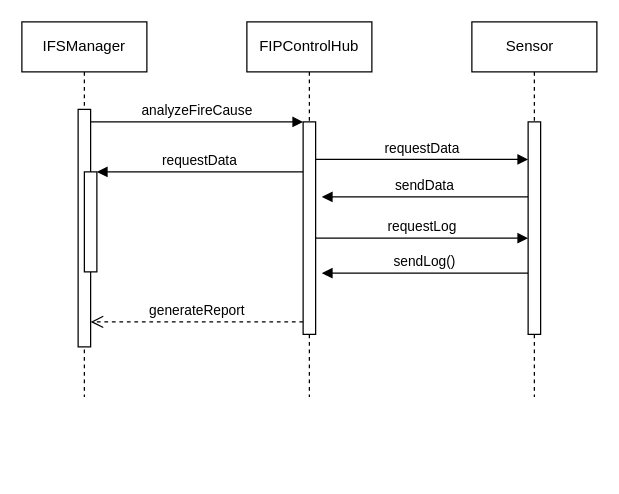
demosRun/INFO6030 keeps this draw.io diagram as ass2/未命名绘图.drawio. Above is the earlier version. Source tidied: cells renumbered, new cells numbered last; positions are measured from the earlier drawing's top-left corner, leaving out a move shared by most shapes. Both pictures are drawn from the tidied source at 125%, with x=0, y=0 at pixel (21, 21).
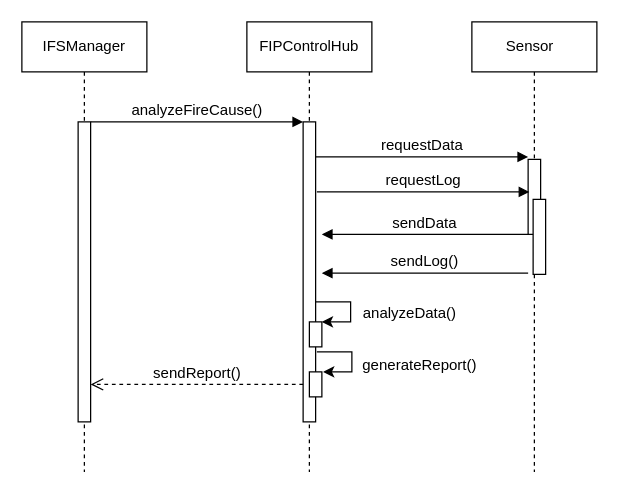
After the change.

Commit message:
更新未命名绘图.drawio

The edit, as a diff of the source:
```diff
@@
     <mxCell id="2" value="IFSManager" style="shape=umlLifeline;perimeter=lifelinePerimeter;whiteSpace=wrap;html=1;newEdgeStyle={&quot;edgeStyle&quot;:&quot;elbowEdgeStyle&quot;,&quot;elbow&quot;:&quot;vertical&quot;,&quot;curved&quot;:0,&quot;rounded&quot;:0};" parent="1" vertex="1">
-      <mxGeometry width="100" height="300" as="geometry" />
+      <mxGeometry width="100" height="360" as="geometry" />
     </mxCell>
     <mxCell id="3" style="html=1;points=[];perimeter=orthogonalPerimeter;outlineConnect=0;targetShapes=umlLifeline;portConstraint=eastwest;newEdgeStyle={&quot;edgeStyle&quot;:&quot;elbowEdgeStyle&quot;,&quot;elbow&quot;:&quot;vertical&quot;,&quot;curved&quot;:0,&quot;rounded&quot;:0};" parent="2" vertex="1">
-      <mxGeometry x="45" y="70" width="10" height="190" as="geometry" />
+      <mxGeometry x="45" y="80" width="10" height="240" as="geometry" />
     </mxCell>
-    <mxCell id="4" style="html=1;points=[];perimeter=orthogonalPerimeter;outlineConnect=0;targetShapes=umlLifeline;portConstraint=eastwest;newEdgeStyle={&quot;edgeStyle&quot;:&quot;elbowEdgeStyle&quot;,&quot;elbow&quot;:&quot;vertical&quot;,&quot;curved&quot;:0,&quot;rounded&quot;:0};" parent="2" vertex="1">
-      <mxGeometry x="50" y="120" width="10" height="80" as="geometry" />
-    </mxCell>
     <mxCell id="5" value="FIPControlHub " style="shape=umlLifeline;perimeter=lifelinePerimeter;whiteSpace=wrap;html=1;newEdgeStyle={&quot;edgeStyle&quot;:&quot;elbowEdgeStyle&quot;,&quot;elbow&quot;:&quot;vertical&quot;,&quot;curved&quot;:0,&quot;rounded&quot;:0};" parent="1" vertex="1">
-      <mxGeometry x="180" width="100" height="300" as="geometry" />
+      <mxGeometry x="180" width="100" height="360" as="geometry" />
     </mxCell>
+    <mxCell id="16" style="edgeStyle=orthogonalEdgeStyle;rounded=0;jettySize=auto;html=1;elbow=vertical;" parent="5" edge="1" target="17">
+      <mxGeometry relative="1" as="geometry">
+        <mxPoint x="55" y="224" as="sourcePoint" />
+        <Array as="points">
+          <mxPoint x="83" y="224" />
+          <mxPoint x="83" y="240" />
+        </Array>
+      </mxGeometry>
+    </mxCell>
     <mxCell id="6" style="html=1;points=[];perimeter=orthogonalPerimeter;outlineConnect=0;targetShapes=umlLifeline;portConstraint=eastwest;newEdgeStyle={&quot;edgeStyle&quot;:&quot;elbowEdgeStyle&quot;,&quot;elbow&quot;:&quot;vertical&quot;,&quot;curved&quot;:0,&quot;rounded&quot;:0};" parent="5" vertex="1">
-      <mxGeometry x="45" y="80" width="10" height="170" as="geometry" />
+      <mxGeometry x="45" y="80" width="10" height="240" as="geometry" />
     </mxCell>
+    <mxCell id="17" style="html=1;points=[];perimeter=orthogonalPerimeter;outlineConnect=0;targetShapes=umlLifeline;portConstraint=eastwest;newEdgeStyle={&quot;edgeStyle&quot;:&quot;elbowEdgeStyle&quot;,&quot;elbow&quot;:&quot;vertical&quot;,&quot;curved&quot;:0,&quot;rounded&quot;:0};" parent="5" vertex="1">
+      <mxGeometry x="50" y="240" width="10" height="20" as="geometry" />
+    </mxCell>
+    <mxCell id="18" style="html=1;perimeter=orthogonalPerimeter;targetShapes=umlLifeline;newEdgeStyle={&quot;edgeStyle&quot;:&quot;elbowEdgeStyle&quot;,&quot;elbow&quot;:&quot;vertical&quot;,&quot;curved&quot;:0,&quot;rounded&quot;:0};" parent="5" vertex="1">
+      <mxGeometry x="50" y="280" width="10" height="20" as="geometry" />
+    </mxCell>
-    <mxCell id="7" value="analyzeFireCause" style="html=1;verticalAlign=bottom;endArrow=block;edgeStyle=elbowEdgeStyle;elbow=vertical;curved=0;rounded=0;" parent="1" edge="1" source="3" target="6">
+    <mxCell id="7" value="&lt;font style=&quot;font-size: 12px;&quot;&gt;analyzeFireCause()&lt;/font&gt;" style="html=1;verticalAlign=bottom;endArrow=block;edgeStyle=elbowEdgeStyle;elbow=vertical;curved=0;rounded=0;" parent="1" edge="1" source="3" target="6">
       <mxGeometry relative="1" as="geometry">
         <Array as="points">
           <mxPoint x="140" y="80" />
         </Array>
       </mxGeometry>
     </mxCell>
-    <mxCell id="8" value="generateReport" style="html=1;verticalAlign=bottom;endArrow=open;dashed=1;endSize=8;edgeStyle=elbowEdgeStyle;elbow=vertical;curved=0;rounded=0;" parent="1" edge="1" source="6" target="3">
+    <mxCell id="8" value="&lt;font style=&quot;font-size: 12px;&quot;&gt;sendReport()&lt;/font&gt;" style="html=1;verticalAlign=bottom;endArrow=open;dashed=1;endSize=8;edgeStyle=elbowEdgeStyle;elbow=horizontal;curved=0;rounded=0;" parent="1" edge="1">
       <mxGeometry relative="1" as="geometry">
+        <mxPoint x="225" y="290" as="sourcePoint" />
+        <mxPoint x="55" y="290" as="targetPoint" />
         <Array as="points">
-          <mxPoint x="150" y="240" />
+          <mxPoint x="150" y="290" />
         </Array>
       </mxGeometry>
     </mxCell>
-    <mxCell id="9" value="requestData" style="html=1;verticalAlign=bottom;endArrow=block;edgeStyle=elbowEdgeStyle;elbow=vertical;curved=0;rounded=0;" parent="1" edge="1" source="6" target="4">
-      <mxGeometry relative="1" as="geometry">
-        <Array as="points">
-          <mxPoint x="150" y="120" />
-        </Array>
-      </mxGeometry>
-    </mxCell>
     <mxCell id="10" value="Sensor&amp;nbsp;&amp;nbsp;" style="shape=umlLifeline;perimeter=lifelinePerimeter;whiteSpace=wrap;html=1;newEdgeStyle={&quot;edgeStyle&quot;:&quot;elbowEdgeStyle&quot;,&quot;elbow&quot;:&quot;vertical&quot;,&quot;curved&quot;:0,&quot;rounded&quot;:0};" parent="1" vertex="1">
-      <mxGeometry x="360" width="100" height="300" as="geometry" />
+      <mxGeometry x="360" width="100" height="360" as="geometry" />
     </mxCell>
     <mxCell id="11" style="html=1;perimeter=orthogonalPerimeter;targetShapes=umlLifeline;newEdgeStyle={&quot;edgeStyle&quot;:&quot;elbowEdgeStyle&quot;,&quot;elbow&quot;:&quot;vertical&quot;,&quot;curved&quot;:0,&quot;rounded&quot;:0};" parent="10" vertex="1">
-      <mxGeometry x="45" y="80" width="10" height="170" as="geometry" />
+      <mxGeometry x="45" y="110" width="10" height="60" as="geometry" />
     </mxCell>
+    <mxCell id="19" style="html=1;perimeter=orthogonalPerimeter;targetShapes=umlLifeline;newEdgeStyle={&quot;edgeStyle&quot;:&quot;elbowEdgeStyle&quot;,&quot;elbow&quot;:&quot;vertical&quot;,&quot;curved&quot;:0,&quot;rounded&quot;:0};" parent="10" vertex="1">
+      <mxGeometry x="49" y="142" width="10" height="60" as="geometry" />
+    </mxCell>
-    <mxCell id="12" value="sendData" style="html=1;verticalAlign=bottom;endArrow=block;edgeStyle=elbowEdgeStyle;elbow=horizontal;curved=0;rounded=0;" parent="1" edge="1">
+    <mxCell id="12" value="&lt;font style=&quot;font-size: 12px;&quot;&gt;sendData&lt;/font&gt;" style="html=1;verticalAlign=bottom;endArrow=block;edgeStyle=elbowEdgeStyle;elbow=vertical;curved=0;rounded=0;" parent="1" edge="1">
       <mxGeometry relative="1" as="geometry">
-        <mxPoint x="405" y="140" as="sourcePoint" />
-        <mxPoint x="240" y="140" as="targetPoint" />
+        <mxPoint x="405" y="170" as="sourcePoint" />
+        <mxPoint x="240" y="170" as="targetPoint" />
         <Array as="points">
-          <mxPoint x="330" y="140" />
+          <mxPoint x="330" y="170" />
         </Array>
       </mxGeometry>
     </mxCell>
-    <mxCell id="13" value="requestData" style="html=1;verticalAlign=bottom;endArrow=block;edgeStyle=elbowEdgeStyle;elbow=vertical;curved=0;rounded=0;" parent="1" edge="1">
+    <mxCell id="13" value="&lt;font style=&quot;font-size: 12px;&quot;&gt;requestData&lt;/font&gt;" style="html=1;verticalAlign=bottom;endArrow=block;edgeStyle=elbowEdgeStyle;elbow=vertical;curved=0;rounded=0;" parent="1" edge="1">
       <mxGeometry relative="1" as="geometry">
-        <mxPoint x="235" y="110" as="sourcePoint" />
-        <mxPoint x="405" y="110" as="targetPoint" />
+        <mxPoint x="235" y="108" as="sourcePoint" />
+        <mxPoint x="405" y="108" as="targetPoint" />
         <Array as="points">
-          <mxPoint x="320" y="110" />
+          <mxPoint x="320" y="108" />
         </Array>
       </mxGeometry>
     </mxCell>
-    <mxCell id="14" value="requestLog" style="html=1;verticalAlign=bottom;endArrow=block;edgeStyle=elbowEdgeStyle;elbow=vertical;curved=0;rounded=0;" parent="1" edge="1">
+    <mxCell id="14" value="&lt;font style=&quot;font-size: 12px;&quot;&gt;requestLog&lt;/font&gt;" style="html=1;verticalAlign=bottom;endArrow=block;edgeStyle=elbowEdgeStyle;elbow=vertical;curved=0;rounded=0;" parent="1" edge="1">
       <mxGeometry relative="1" as="geometry">
-        <mxPoint x="235" y="173" as="sourcePoint" />
-        <mxPoint x="405" y="173" as="targetPoint" />
+        <mxPoint x="236" y="136" as="sourcePoint" />
+        <mxPoint x="406" y="136" as="targetPoint" />
         <Array as="points">
-          <mxPoint x="320" y="173" />
+          <mxPoint x="321" y="136" />
         </Array>
       </mxGeometry>
     </mxCell>
-    <mxCell id="15" value="sendLog()" style="html=1;verticalAlign=bottom;endArrow=block;edgeStyle=elbowEdgeStyle;elbow=horizontal;curved=0;rounded=0;" parent="1" edge="1">
+    <mxCell id="15" value="&lt;font style=&quot;font-size: 12px;&quot;&gt;sendLog()&lt;/font&gt;" style="html=1;verticalAlign=bottom;endArrow=block;edgeStyle=elbowEdgeStyle;elbow=vertical;curved=0;rounded=0;" parent="1" edge="1">
       <mxGeometry relative="1" as="geometry">
         <mxPoint x="405" y="201" as="sourcePoint" />
         <mxPoint x="240" y="201" as="targetPoint" />
         <Array as="points">
           <mxPoint x="330" y="201" />
         </Array>
       </mxGeometry>
     </mxCell>
+    <mxCell id="20" value="analyzeData()" style="text;html=1;align=center;verticalAlign=middle;strokeColor=none;fillColor=none;" parent="1" vertex="1">
+      <mxGeometry x="260" y="218" width="100" height="30" as="geometry" />
+    </mxCell>
+    <mxCell id="21" style="edgeStyle=orthogonalEdgeStyle;rounded=0;orthogonalLoop=1;jettySize=auto;html=1;elbow=vertical;" parent="1" edge="1">
+      <mxGeometry relative="1" as="geometry">
+        <mxPoint x="236" y="264" as="sourcePoint" />
+        <mxPoint x="241" y="280" as="targetPoint" />
+        <Array as="points">
+          <mxPoint x="264" y="264" />
+          <mxPoint x="264" y="280" />
+        </Array>
+      </mxGeometry>
+    </mxCell>
+    <mxCell id="22" value="generateReport()" style="text;html=1;align=center;verticalAlign=middle;strokeColor=none;fillColor=none;" parent="1" vertex="1">
+      <mxGeometry x="263" y="260" width="110" height="30" as="geometry" />
+    </mxCell>
```
